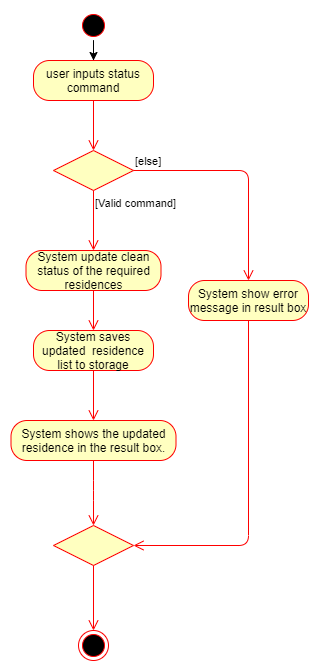
This is docs/images/StatusActivityDiagram.png from nus-cs2103-AY2021S2/tp, a draw.io export, as it was before one commit. Source tidied: cells renumbered, new cells last; positions are measured from the earlier drawing's top-left corner, leaving out a move shared by most shapes.
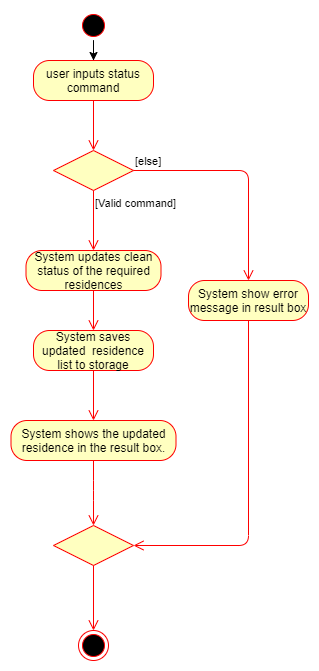
After the change.

Diff of the diagram source:
```diff
@@ -23,7 +23,7 @@
     <mxCell id="8" value="[Valid command]" style="edgeStyle=orthogonalEdgeStyle;html=1;align=left;verticalAlign=top;endArrow=open;endSize=8;strokeColor=#ff0000;entryX=0.5;entryY=0;entryDx=0;entryDy=0;" parent="1" edge="1" source="6" target="9">
       <mxGeometry x="-1" relative="1" as="geometry" />
     </mxCell>
-    <mxCell id="9" value="System update clean status of the required residences" style="rounded=1;whiteSpace=wrap;html=1;arcSize=40;fontColor=#000000;fillColor=#ffffc0;strokeColor=#ff0000;" parent="1" vertex="1">
+    <mxCell id="9" value="System updates clean status of the required residences" style="rounded=1;whiteSpace=wrap;html=1;arcSize=40;fontColor=#000000;fillColor=#ffffc0;strokeColor=#ff0000;" parent="1" vertex="1">
       <mxGeometry x="15.5" y="240" width="135" height="40" as="geometry" />
     </mxCell>
     <mxCell id="10" style="edgeStyle=orthogonalEdgeStyle;html=1;verticalAlign=bottom;endArrow=open;endSize=8;strokeColor=#ff0000;entryX=0.5;entryY=0;entryDx=0;entryDy=0;" parent="1" edge="1" source="9" target="11">
```
